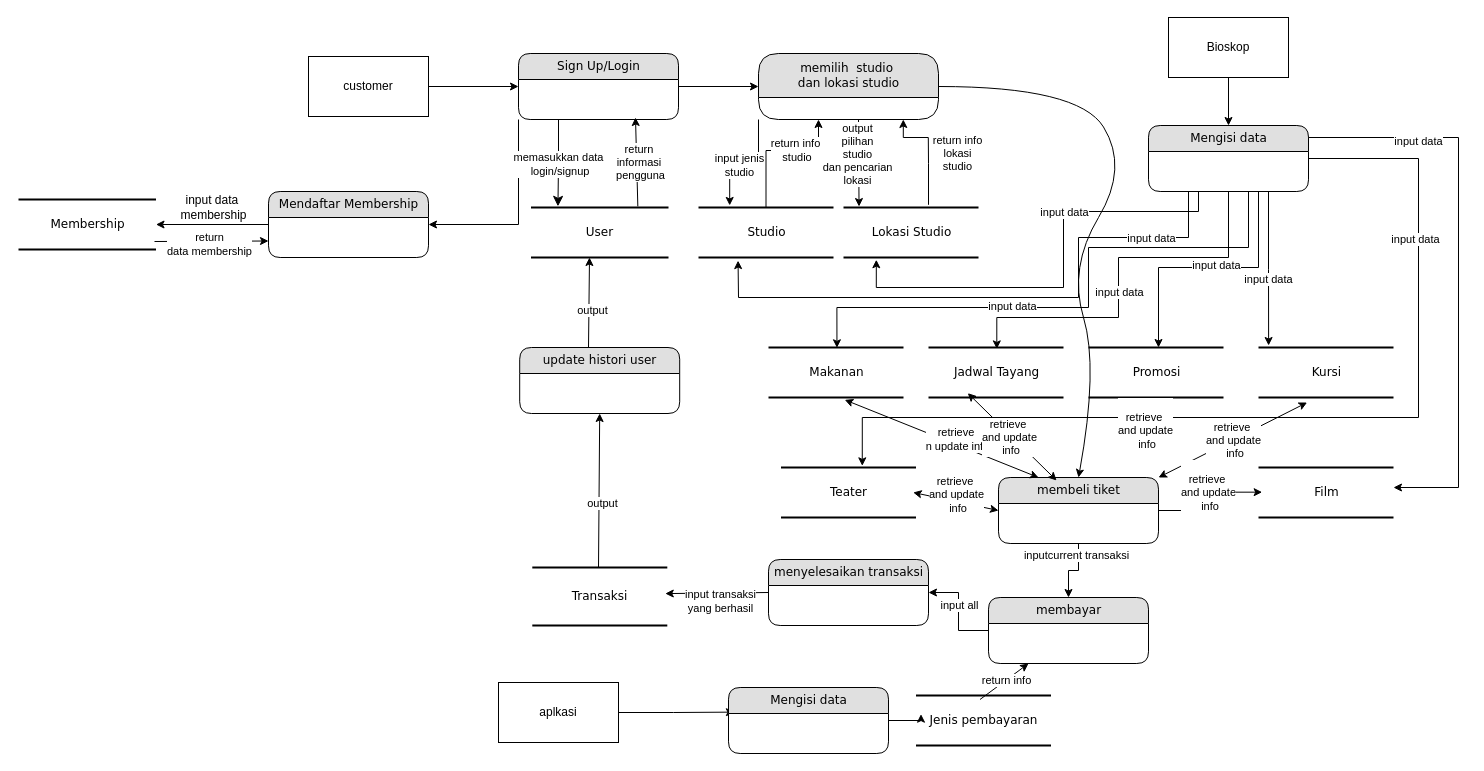
Earlier version of the draw.io diagram Data Flow Diagram.drawio (imeldaalexis/ERD-MBD). Source tidied: cells renumbered, new cells numbered last; positions are measured from the earlier drawing's top-left corner, leaving out a move shared by most shapes. Both pictures are drawn from the tidied source at 100%, with x=0, y=0 at pixel (18, 17).
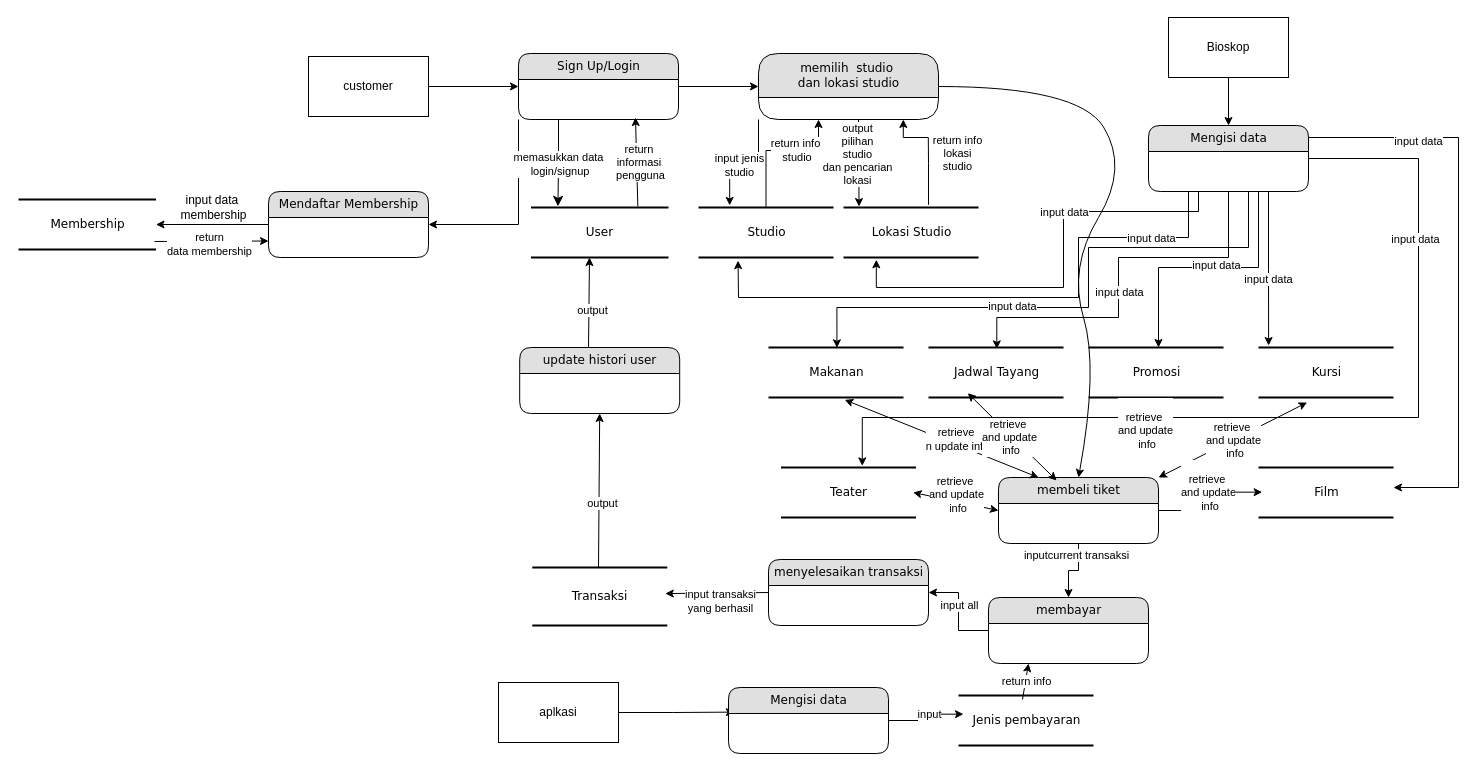
The same page after the edit.

The change refers to these unchanged cells:
```xml
<mxCell id="83" style="edgeStyle=orthogonalEdgeStyle;rounded=0;jettySize=auto;html=1;exitX=1;exitY=0.5;exitDx=0;exitDy=0;entryX=0.037;entryY=0.373;entryDx=0;entryDy=0;entryPerimeter=0;" parent="1" edge="1" source="85" target="79">
  <mxGeometry relative="1" as="geometry" />
</mxCell>
```

The edit, as a diff of the source:
```diff
@@
     <mxCell id="79" value="Jenis pembayaran" style="html=1;rounded=0;shadow=0;comic=0;labelBackgroundColor=none;strokeWidth=2;fontFamily=Verdana;fontSize=12;align=center;shape=mxgraph.ios7ui.horLines;" parent="1" vertex="1">
-      <mxGeometry x="897.5" y="678" width="135" height="50" as="geometry" />
+      <mxGeometry x="940" y="678" width="135" height="50" as="geometry" />
     </mxCell>
@@
+    <mxCell id="86" value="input" style="edgeLabel;html=1;align=center;verticalAlign=middle;" parent="83" vertex="1">
+      <mxGeometry x="0.15" relative="1" as="geometry" />
+    </mxCell>
```
